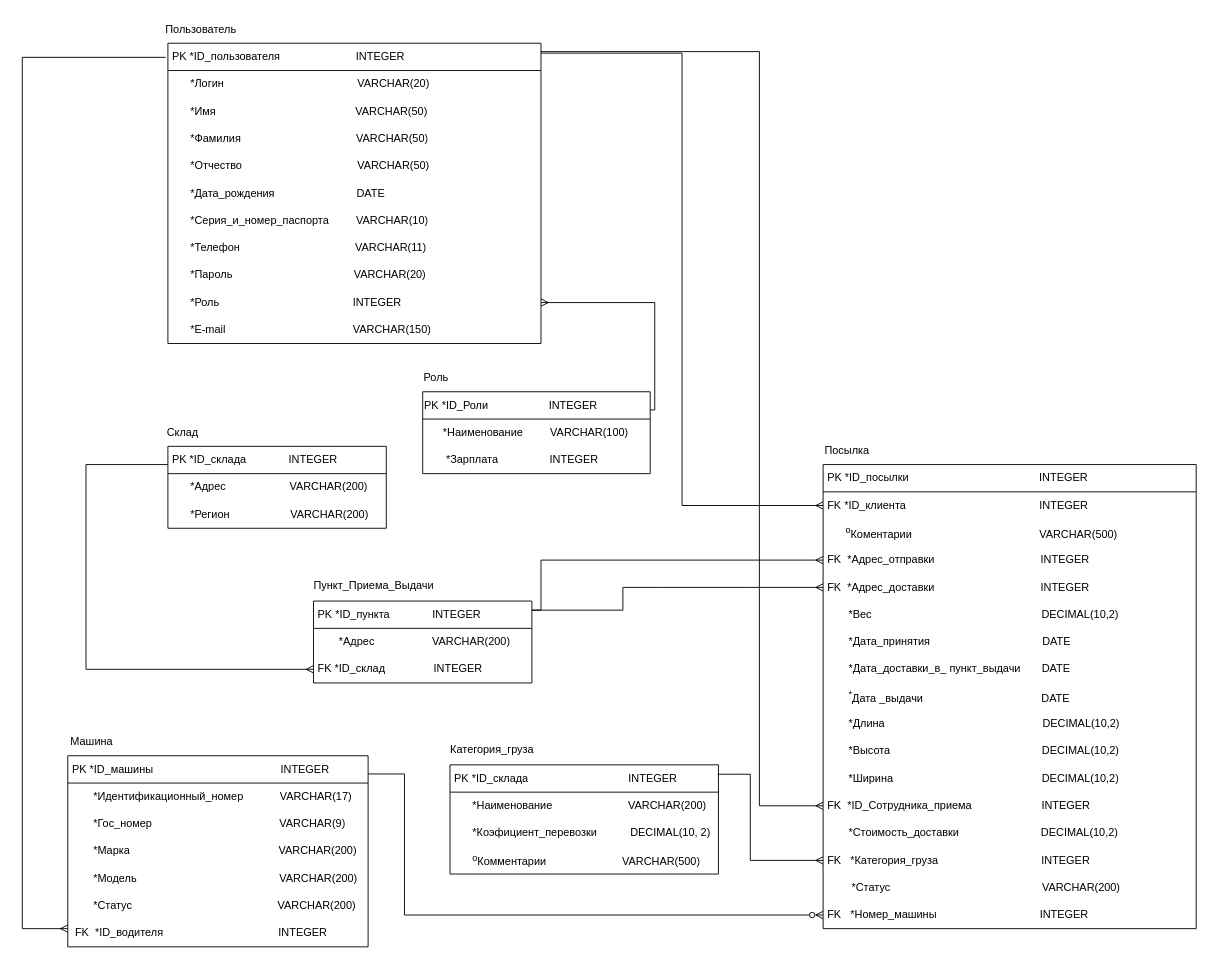
Hromt4ik/kursachHromtsov keeps this draw.io diagram as 4.drawio. Above is the earlier version. Source tidied: cells renumbered, new cells numbered last; positions are measured from the earlier drawing's top-left corner, leaving out a move shared by most shapes. Both pictures are drawn from the tidied source at 91%, with x=0, y=0 at pixel (22, 15).
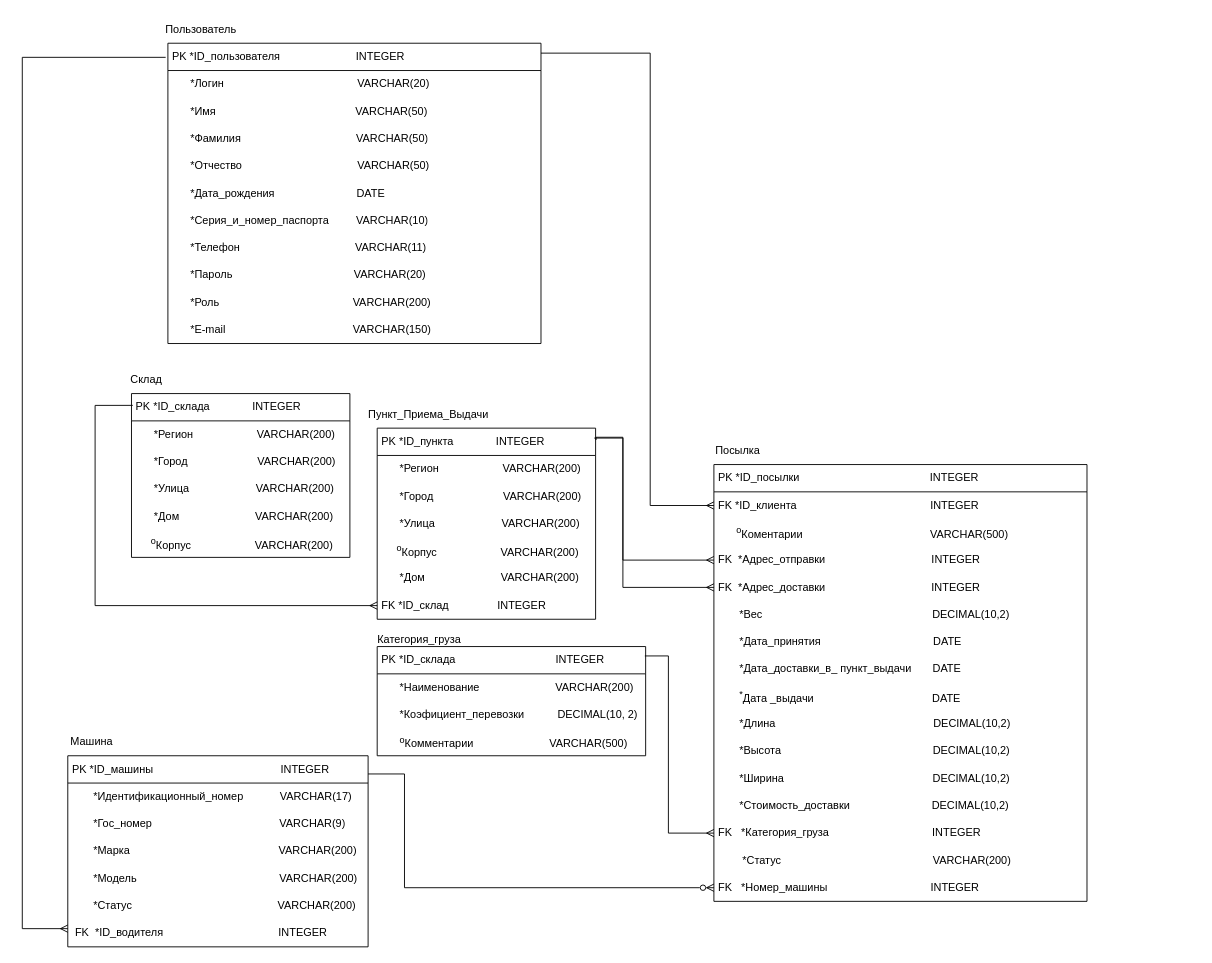
After the change.

Unchanged cells that the change refers to:
```xml
<mxCell id="2" value="PK *ID_пользователя&amp;nbsp; &amp;nbsp; &amp;nbsp; &amp;nbsp; &amp;nbsp; &amp;nbsp; &amp;nbsp; &amp;nbsp; &amp;nbsp; &amp;nbsp; &amp;nbsp; &amp;nbsp; &amp;nbsp;INTEGER" style="swimlane;fontStyle=0;horizontal=1;startSize=30;whiteSpace=wrap;html=1;align=left;spacingLeft=3;" parent="1" vertex="1">
  <mxGeometry x="160" y="30" width="410" height="330" as="geometry" />
</mxCell>
<mxCell id="15" value="FK&amp;nbsp;*ID_клиента&amp;nbsp; &amp;nbsp; &amp;nbsp; &amp;nbsp; &amp;nbsp; &amp;nbsp; &amp;nbsp; &amp;nbsp; &amp;nbsp; &amp;nbsp; &amp;nbsp; &amp;nbsp; &amp;nbsp; &amp;nbsp; &amp;nbsp; &amp;nbsp; &amp;nbsp; &amp;nbsp; &amp;nbsp; &amp;nbsp; &amp;nbsp; &amp;nbsp; INTEGER" style="text;strokeColor=none;fillColor=none;align=left;verticalAlign=middle;spacingLeft=3;spacingRight=4;overflow=hidden;points=[[0,0.5],[1,0.5]];portConstraint=eastwest;whiteSpace=wrap;html=1;" parent="14" vertex="1">
  <mxGeometry y="30" width="410" height="30" as="geometry" />
</mxCell>
<mxCell id="17" value="FK&amp;nbsp; *Адрес_отправки&amp;nbsp; &amp;nbsp; &amp;nbsp; &amp;nbsp; &amp;nbsp; &amp;nbsp; &amp;nbsp; &amp;nbsp; &amp;nbsp; &amp;nbsp; &amp;nbsp; &amp;nbsp; &amp;nbsp; &amp;nbsp; &amp;nbsp; &amp;nbsp; &amp;nbsp; &amp;nbsp;INTEGER" style="text;strokeColor=none;fillColor=none;align=left;verticalAlign=middle;spacingLeft=3;spacingRight=4;overflow=hidden;points=[[0,0.5],[1,0.5]];portConstraint=eastwest;whiteSpace=wrap;html=1;" parent="14" vertex="1">
  <mxGeometry y="90" width="410" height="30" as="geometry" />
</mxCell>
<mxCell id="18" value="FK&amp;nbsp; *Адрес_доставки&amp;nbsp; &amp;nbsp; &amp;nbsp; &amp;nbsp; &amp;nbsp; &amp;nbsp; &amp;nbsp; &amp;nbsp; &amp;nbsp; &amp;nbsp; &amp;nbsp; &amp;nbsp; &amp;nbsp; &amp;nbsp; &amp;nbsp; &amp;nbsp; &amp;nbsp; &amp;nbsp;INTEGER" style="text;strokeColor=none;fillColor=none;align=left;verticalAlign=middle;spacingLeft=3;spacingRight=4;overflow=hidden;points=[[0,0.5],[1,0.5]];portConstraint=eastwest;whiteSpace=wrap;html=1;" parent="14" vertex="1">
  <mxGeometry y="120" width="410" height="30" as="geometry" />
</mxCell>
```

What changed in the source:
```diff
@@
-    <mxCell id="11" value="&amp;nbsp; &amp;nbsp; &amp;nbsp; *Роль&amp;nbsp; &amp;nbsp; &amp;nbsp; &amp;nbsp; &amp;nbsp; &amp;nbsp; &amp;nbsp; &amp;nbsp; &amp;nbsp; &amp;nbsp; &amp;nbsp; &amp;nbsp; &amp;nbsp; &amp;nbsp; &amp;nbsp; &amp;nbsp; &amp;nbsp; &amp;nbsp; &amp;nbsp; &amp;nbsp; &amp;nbsp; &amp;nbsp; INTEGER" style="text;strokeColor=none;fillColor=none;align=left;verticalAlign=middle;spacingLeft=3;spacingRight=4;overflow=hidden;points=[[0,0.5],[1,0.5]];portConstraint=eastwest;whiteSpace=wrap;html=1;" parent="2" vertex="1">
+    <mxCell id="11" value="&amp;nbsp; &amp;nbsp; &amp;nbsp; *Роль&amp;nbsp; &amp;nbsp; &amp;nbsp; &amp;nbsp; &amp;nbsp; &amp;nbsp; &amp;nbsp; &amp;nbsp; &amp;nbsp; &amp;nbsp; &amp;nbsp; &amp;nbsp; &amp;nbsp; &amp;nbsp; &amp;nbsp; &amp;nbsp; &amp;nbsp; &amp;nbsp; &amp;nbsp; &amp;nbsp; &amp;nbsp; &amp;nbsp; VARCHAR(200)" style="text;strokeColor=none;fillColor=none;align=left;verticalAlign=middle;spacingLeft=3;spacingRight=4;overflow=hidden;points=[[0,0.5],[1,0.5]];portConstraint=eastwest;whiteSpace=wrap;html=1;" parent="2" vertex="1">
       <mxGeometry y="270" width="410" height="30" as="geometry" />
     </mxCell>
@@
     <mxCell id="14" value="PK *ID_посылки&amp;nbsp; &amp;nbsp; &amp;nbsp; &amp;nbsp; &amp;nbsp; &amp;nbsp; &amp;nbsp; &amp;nbsp; &amp;nbsp; &amp;nbsp; &amp;nbsp; &amp;nbsp; &amp;nbsp; &amp;nbsp; &amp;nbsp; &amp;nbsp; &amp;nbsp; &amp;nbsp; &amp;nbsp; &amp;nbsp; &amp;nbsp; &amp;nbsp;INTEGER" style="swimlane;fontStyle=0;horizontal=1;startSize=30;whiteSpace=wrap;html=1;align=left;spacingLeft=3;" parent="1" vertex="1">
-      <mxGeometry x="880" y="493" width="410" height="510" as="geometry" />
+      <mxGeometry x="760" y="493" width="410" height="480" as="geometry" />
     </mxCell>
@@
-    <mxCell id="26" value="FK&amp;nbsp; *ID_Сотрудника_приема&amp;nbsp; &amp;nbsp; &amp;nbsp; &amp;nbsp; &amp;nbsp; &amp;nbsp; &amp;nbsp; &amp;nbsp; &amp;nbsp; &amp;nbsp; &amp;nbsp; &amp;nbsp;INTEGER" style="text;strokeColor=none;fillColor=none;align=left;verticalAlign=middle;spacingLeft=3;spacingRight=4;overflow=hidden;points=[[0,0.5],[1,0.5]];portConstraint=eastwest;whiteSpace=wrap;html=1;" parent="14" vertex="1">
-      <mxGeometry y="360" width="410" height="30" as="geometry" />
-    </mxCell>
     <mxCell id="27" value="&amp;nbsp; &amp;nbsp; &amp;nbsp; &amp;nbsp;*Стоимость_доставки&amp;nbsp; &amp;nbsp; &amp;nbsp; &amp;nbsp; &amp;nbsp; &amp;nbsp; &amp;nbsp; &amp;nbsp; &amp;nbsp; &amp;nbsp; &amp;nbsp; &amp;nbsp; &amp;nbsp; &amp;nbsp;DECIMAL(10,2)" style="text;strokeColor=none;fillColor=none;align=left;verticalAlign=middle;spacingLeft=3;spacingRight=4;overflow=hidden;whiteSpace=wrap;html=1;" parent="14" vertex="1">
-      <mxGeometry y="390" width="410" height="30" as="geometry" />
+      <mxGeometry y="360" width="410" height="30" as="geometry" />
     </mxCell>
     <mxCell id="28" value="FK&amp;nbsp; &amp;nbsp;*Категория_груза&amp;nbsp; &amp;nbsp; &amp;nbsp; &amp;nbsp; &amp;nbsp; &amp;nbsp; &amp;nbsp; &amp;nbsp; &amp;nbsp; &amp;nbsp; &amp;nbsp; &amp;nbsp; &amp;nbsp; &amp;nbsp; &amp;nbsp; &amp;nbsp; &amp;nbsp; INTEGER" style="text;strokeColor=none;fillColor=none;align=left;verticalAlign=middle;spacingLeft=3;spacingRight=4;overflow=hidden;points=[[0,0.5],[1,0.5]];portConstraint=eastwest;whiteSpace=wrap;html=1;" parent="14" vertex="1">
-      <mxGeometry y="420" width="410" height="30" as="geometry" />
+      <mxGeometry y="390" width="410" height="30" as="geometry" />
     </mxCell>
     <mxCell id="29" value="&amp;nbsp; &amp;nbsp; &amp;nbsp; &amp;nbsp; *Статус&amp;nbsp; &amp;nbsp; &amp;nbsp; &amp;nbsp; &amp;nbsp; &amp;nbsp; &amp;nbsp; &amp;nbsp; &amp;nbsp; &amp;nbsp; &amp;nbsp; &amp;nbsp; &amp;nbsp; &amp;nbsp; &amp;nbsp; &amp;nbsp; &amp;nbsp; &amp;nbsp; &amp;nbsp; &amp;nbsp; &amp;nbsp; &amp;nbsp; &amp;nbsp; &amp;nbsp; &amp;nbsp; VARCHAR(200)" style="text;strokeColor=none;fillColor=none;align=left;verticalAlign=middle;spacingLeft=3;spacingRight=4;overflow=hidden;whiteSpace=wrap;html=1;" parent="14" vertex="1">
-      <mxGeometry y="450" width="410" height="30" as="geometry" />
+      <mxGeometry y="420" width="410" height="30" as="geometry" />
     </mxCell>
     <mxCell id="30" value="FK&amp;nbsp; &amp;nbsp;*Номер_машины&amp;nbsp; &amp;nbsp; &amp;nbsp; &amp;nbsp; &amp;nbsp; &amp;nbsp; &amp;nbsp; &amp;nbsp; &amp;nbsp; &amp;nbsp; &amp;nbsp; &amp;nbsp; &amp;nbsp; &amp;nbsp; &amp;nbsp; &amp;nbsp; &amp;nbsp; INTEGER" style="text;strokeColor=none;fillColor=none;align=left;verticalAlign=middle;spacingLeft=3;spacingRight=4;overflow=hidden;points=[[0,0.5],[1,0.5]];portConstraint=eastwest;whiteSpace=wrap;html=1;" parent="14" vertex="1">
-      <mxGeometry y="480" width="410" height="30" as="geometry" />
+      <mxGeometry y="450" width="410" height="30" as="geometry" />
     </mxCell>
     <mxCell id="31" value="Посылка" style="text;html=1;strokeColor=none;fillColor=none;align=center;verticalAlign=middle;whiteSpace=wrap;rounded=0;spacingLeft=3;" parent="1" vertex="1">
-      <mxGeometry x="870" y="463" width="70" height="30" as="geometry" />
+      <mxGeometry x="750" y="463" width="70" height="30" as="geometry" />
     </mxCell>
     <mxCell id="32" value="PK *ID_склада&amp;nbsp; &amp;nbsp; &amp;nbsp; &amp;nbsp; &amp;nbsp; &amp;nbsp; &amp;nbsp; INTEGER" style="swimlane;fontStyle=0;horizontal=1;startSize=30;whiteSpace=wrap;html=1;align=left;spacingLeft=3;" parent="1" vertex="1">
-      <mxGeometry x="160" y="473" width="240" height="90" as="geometry" />
+      <mxGeometry x="120" y="415" width="240" height="180" as="geometry" />
     </mxCell>
-    <mxCell id="33" value="&amp;nbsp; &amp;nbsp; &amp;nbsp; *Адрес&amp;nbsp; &amp;nbsp; &amp;nbsp; &amp;nbsp; &amp;nbsp; &amp;nbsp; &amp;nbsp; &amp;nbsp; &amp;nbsp; &amp;nbsp; &amp;nbsp;VARCHAR(200)" style="text;strokeColor=none;fillColor=none;align=left;verticalAlign=middle;spacingLeft=3;spacingRight=4;overflow=hidden;whiteSpace=wrap;html=1;" parent="32" vertex="1">
+    <mxCell id="33" value="&amp;nbsp; &amp;nbsp; &amp;nbsp; *Регион&amp;nbsp; &amp;nbsp; &amp;nbsp; &amp;nbsp; &amp;nbsp; &amp;nbsp; &amp;nbsp; &amp;nbsp; &amp;nbsp; &amp;nbsp; &amp;nbsp;VARCHAR(200)" style="text;strokeColor=none;fillColor=none;align=left;verticalAlign=middle;spacingLeft=3;spacingRight=4;overflow=hidden;whiteSpace=wrap;html=1;" parent="32" vertex="1">
       <mxGeometry y="30" width="240" height="30" as="geometry" />
     </mxCell>
-    <mxCell id="34" value="&amp;nbsp; &amp;nbsp; &amp;nbsp; *Регион&amp;nbsp; &amp;nbsp; &amp;nbsp; &amp;nbsp; &amp;nbsp; &amp;nbsp; &amp;nbsp; &amp;nbsp; &amp;nbsp; &amp;nbsp; VARCHAR(200)" style="text;strokeColor=none;fillColor=none;align=left;verticalAlign=middle;spacingLeft=3;spacingRight=4;overflow=hidden;whiteSpace=wrap;html=1;" parent="32" vertex="1">
+    <mxCell id="34" value="&amp;nbsp; &amp;nbsp; &amp;nbsp; *Город&amp;nbsp; &amp;nbsp; &amp;nbsp; &amp;nbsp; &amp;nbsp; &amp;nbsp; &amp;nbsp; &amp;nbsp; &amp;nbsp; &amp;nbsp; &amp;nbsp; &amp;nbsp;VARCHAR(200)" style="text;strokeColor=none;fillColor=none;align=left;verticalAlign=middle;spacingLeft=3;spacingRight=4;overflow=hidden;whiteSpace=wrap;html=1;" parent="32" vertex="1">
       <mxGeometry y="60" width="240" height="30" as="geometry" />
     </mxCell>
+    <mxCell id="66" value="&amp;nbsp; &amp;nbsp; &amp;nbsp; *Улица&amp;nbsp; &amp;nbsp; &amp;nbsp; &amp;nbsp; &amp;nbsp; &amp;nbsp; &amp;nbsp; &amp;nbsp; &amp;nbsp; &amp;nbsp; &amp;nbsp; VARCHAR(200)" style="text;strokeColor=none;fillColor=none;align=left;verticalAlign=middle;spacingLeft=3;spacingRight=4;overflow=hidden;whiteSpace=wrap;html=1;" parent="32" vertex="1">
+      <mxGeometry y="90" width="240" height="30" as="geometry" />
+    </mxCell>
+    <mxCell id="67" value="&amp;nbsp; &amp;nbsp; &amp;nbsp; *Дом&amp;nbsp; &amp;nbsp; &amp;nbsp; &amp;nbsp; &amp;nbsp; &amp;nbsp; &amp;nbsp; &amp;nbsp; &amp;nbsp; &amp;nbsp; &amp;nbsp; &amp;nbsp; &amp;nbsp;VARCHAR(200)" style="text;strokeColor=none;fillColor=none;align=left;verticalAlign=middle;spacingLeft=3;spacingRight=4;overflow=hidden;whiteSpace=wrap;html=1;" parent="32" vertex="1">
+      <mxGeometry y="120" width="240" height="30" as="geometry" />
+    </mxCell>
+    <mxCell id="68" value="&amp;nbsp; &amp;nbsp; &amp;nbsp;&lt;sup&gt;o&lt;/sup&gt;Корпус&amp;nbsp; &amp;nbsp; &amp;nbsp; &amp;nbsp; &amp;nbsp; &amp;nbsp; &amp;nbsp; &amp;nbsp; &amp;nbsp; &amp;nbsp; &amp;nbsp;VARCHAR(200)" style="text;strokeColor=none;fillColor=none;align=left;verticalAlign=middle;spacingLeft=3;spacingRight=4;overflow=hidden;whiteSpace=wrap;html=1;" parent="32" vertex="1">
+      <mxGeometry y="150" width="240" height="30" as="geometry" />
+    </mxCell>
     <mxCell id="35" value="Склад" style="text;html=1;strokeColor=none;fillColor=none;align=center;verticalAlign=middle;whiteSpace=wrap;rounded=0;spacingLeft=3;" parent="1" vertex="1">
-      <mxGeometry x="140" y="443" width="70" height="30" as="geometry" />
+      <mxGeometry x="100" y="385" width="70" height="30" as="geometry" />
     </mxCell>
     <mxCell id="36" value="PK *ID_склада&amp;nbsp; &amp;nbsp; &amp;nbsp; &amp;nbsp; &amp;nbsp; &amp;nbsp; &amp;nbsp; &amp;nbsp; &amp;nbsp; &amp;nbsp; &amp;nbsp; &amp;nbsp; &amp;nbsp; &amp;nbsp; &amp;nbsp; &amp;nbsp; &amp;nbsp;INTEGER" style="swimlane;fontStyle=0;horizontal=1;startSize=30;whiteSpace=wrap;html=1;align=left;spacingLeft=3;" parent="1" vertex="1">
-      <mxGeometry x="470" y="823" width="295" height="120" as="geometry" />
+      <mxGeometry x="390" y="693" width="295" height="120" as="geometry" />
     </mxCell>
@@
     <mxCell id="40" value="&lt;br style=&quot;border-color: var(--border-color);&quot;&gt;Категория_груза" style="text;html=1;strokeColor=none;fillColor=none;align=center;verticalAlign=middle;whiteSpace=wrap;rounded=0;spacingLeft=3;" parent="1" vertex="1">
-      <mxGeometry x="480" y="783" width="70" height="30" as="geometry" />
+      <mxGeometry x="400" y="663" width="70" height="30" as="geometry" />
     </mxCell>
     <mxCell id="41" value="PK *ID_пункта&amp;nbsp; &amp;nbsp; &amp;nbsp; &amp;nbsp; &amp;nbsp; &amp;nbsp; &amp;nbsp; INTEGER" style="swimlane;fontStyle=0;horizontal=1;startSize=30;whiteSpace=wrap;html=1;align=left;spacingLeft=3;" parent="1" vertex="1">
-      <mxGeometry x="320" y="643" width="240" height="90" as="geometry" />
+      <mxGeometry x="390" y="453" width="240" height="210" as="geometry" />
     </mxCell>
-    <mxCell id="42" value="&amp;nbsp; &amp;nbsp; &amp;nbsp; &amp;nbsp;*Адрес&amp;nbsp; &amp;nbsp; &amp;nbsp; &amp;nbsp; &amp;nbsp; &amp;nbsp; &amp;nbsp; &amp;nbsp; &amp;nbsp; &amp;nbsp;VARCHAR(200)" style="text;strokeColor=none;fillColor=none;align=left;verticalAlign=middle;spacingLeft=3;spacingRight=4;overflow=hidden;whiteSpace=wrap;html=1;" parent="41" vertex="1">
-      <mxGeometry y="30" width="240" height="30" as="geometry" />
-    </mxCell>
+    <mxCell id="69" value="&amp;nbsp; &amp;nbsp; &amp;nbsp; *Регион&amp;nbsp; &amp;nbsp; &amp;nbsp; &amp;nbsp; &amp;nbsp; &amp;nbsp; &amp;nbsp; &amp;nbsp; &amp;nbsp; &amp;nbsp; &amp;nbsp;VARCHAR(200)" style="text;strokeColor=none;fillColor=none;align=left;verticalAlign=middle;spacingLeft=3;spacingRight=4;overflow=hidden;whiteSpace=wrap;html=1;" parent="41" vertex="1">
+      <mxGeometry y="30" width="240" height="30" as="geometry" />
+    </mxCell>
+    <mxCell id="70" value="&amp;nbsp; &amp;nbsp; &amp;nbsp; *Город&amp;nbsp; &amp;nbsp; &amp;nbsp; &amp;nbsp; &amp;nbsp; &amp;nbsp; &amp;nbsp; &amp;nbsp; &amp;nbsp; &amp;nbsp; &amp;nbsp; &amp;nbsp;VARCHAR(200)" style="text;strokeColor=none;fillColor=none;align=left;verticalAlign=middle;spacingLeft=3;spacingRight=4;overflow=hidden;whiteSpace=wrap;html=1;" parent="41" vertex="1">
+      <mxGeometry y="60" width="240" height="30" as="geometry" />
+    </mxCell>
+    <mxCell id="71" value="&amp;nbsp; &amp;nbsp; &amp;nbsp; *Улица&amp;nbsp; &amp;nbsp; &amp;nbsp; &amp;nbsp; &amp;nbsp; &amp;nbsp; &amp;nbsp; &amp;nbsp; &amp;nbsp; &amp;nbsp; &amp;nbsp; VARCHAR(200)" style="text;strokeColor=none;fillColor=none;align=left;verticalAlign=middle;spacingLeft=3;spacingRight=4;overflow=hidden;whiteSpace=wrap;html=1;" parent="41" vertex="1">
+      <mxGeometry y="90" width="240" height="30" as="geometry" />
+    </mxCell>
+    <mxCell id="72" value="&amp;nbsp; &amp;nbsp; &amp;nbsp;&lt;sup&gt;o&lt;/sup&gt;Корпус&amp;nbsp; &amp;nbsp; &amp;nbsp; &amp;nbsp; &amp;nbsp; &amp;nbsp; &amp;nbsp; &amp;nbsp; &amp;nbsp; &amp;nbsp; &amp;nbsp;VARCHAR(200)" style="text;strokeColor=none;fillColor=none;align=left;verticalAlign=middle;spacingLeft=3;spacingRight=4;overflow=hidden;whiteSpace=wrap;html=1;" parent="41" vertex="1">
+      <mxGeometry y="120" width="240" height="30" as="geometry" />
+    </mxCell>
+    <mxCell id="73" value="&amp;nbsp; &amp;nbsp; &amp;nbsp; *Дом&amp;nbsp; &amp;nbsp; &amp;nbsp; &amp;nbsp; &amp;nbsp; &amp;nbsp; &amp;nbsp; &amp;nbsp; &amp;nbsp; &amp;nbsp; &amp;nbsp; &amp;nbsp; &amp;nbsp;VARCHAR(200)" style="text;strokeColor=none;fillColor=none;align=left;verticalAlign=middle;spacingLeft=3;spacingRight=4;overflow=hidden;whiteSpace=wrap;html=1;" parent="41" vertex="1">
+      <mxGeometry y="150" width="240" height="30" as="geometry" />
+    </mxCell>
     <mxCell id="43" value="FK *ID_склад&amp;nbsp; &amp;nbsp; &amp;nbsp; &amp;nbsp; &amp;nbsp; &amp;nbsp; &amp;nbsp; &amp;nbsp; INTEGER" style="text;strokeColor=none;fillColor=none;align=left;verticalAlign=middle;spacingLeft=3;spacingRight=4;overflow=hidden;points=[[0,0.5],[1,0.5]];portConstraint=eastwest;whiteSpace=wrap;html=1;" parent="41" vertex="1">
-      <mxGeometry y="60" width="240" height="30" as="geometry" />
+      <mxGeometry y="180" width="240" height="30" as="geometry" />
     </mxCell>
     <mxCell id="44" value="&lt;br style=&quot;border-color: var(--border-color);&quot;&gt;Пункт_Приема_Выдачи" style="text;html=1;strokeColor=none;fillColor=none;align=center;verticalAlign=middle;whiteSpace=wrap;rounded=0;spacingLeft=3;" parent="1" vertex="1">
-      <mxGeometry x="350" y="603" width="70" height="30" as="geometry" />
+      <mxGeometry x="410" y="415" width="70" height="30" as="geometry" />
     </mxCell>
@@
-    <mxCell id="54" style="endArrow=ERmany;html=1;rounded=0;entryX=0;entryY=0.5;entryDx=0;entryDy=0;endFill=0;" parent="1" edge="1" target="43">
+    <mxCell id="54" style="endArrow=ERmany;html=1;rounded=0;entryX=0;entryY=0.5;entryDx=0;entryDy=0;endFill=0;exitX=0.006;exitY=0.072;exitDx=0;exitDy=0;exitPerimeter=0;edgeStyle=orthogonalEdgeStyle;" parent="1" edge="1" source="32" target="43">
       <mxGeometry relative="1" as="geometry">
-        <mxPoint x="160" y="493" as="sourcePoint" />
         <Array as="points">
-          <mxPoint x="70" y="493" />
-          <mxPoint x="70" y="603" />
-          <mxPoint x="70" y="693" />
-          <mxPoint x="70" y="718" />
+          <mxPoint x="80" y="428" />
+          <mxPoint x="80" y="648" />
         </Array>
       </mxGeometry>
     </mxCell>
     <mxCell id="55" style="endArrow=ERmany;html=1;rounded=0;entryX=0;entryY=0.5;entryDx=0;entryDy=0;endFill=0;exitX=1;exitY=0.033;exitDx=0;exitDy=0;exitPerimeter=0;edgeStyle=orthogonalEdgeStyle;" parent="1" edge="1" source="2" target="15">
-      <mxGeometry relative="1" as="geometry" />
+      <mxGeometry relative="1" as="geometry">
+        <Array as="points">
+          <mxPoint x="690" y="41" />
+          <mxPoint x="690" y="538" />
+        </Array>
+      </mxGeometry>
     </mxCell>
-    <mxCell id="56" style="endArrow=ERmany;html=1;entryX=0;entryY=0.5;entryDx=0;entryDy=0;endFill=0;rounded=0;exitX=0.999;exitY=0.028;exitDx=0;exitDy=0;exitPerimeter=0;edgeStyle=orthogonalEdgeStyle;" parent="1" edge="1" source="2" target="26">
-      <mxGeometry relative="1" as="geometry">
-        <Array as="points">
-          <mxPoint x="810" y="39" />
-          <mxPoint x="810" y="868" />
-        </Array>
-      </mxGeometry>
-    </mxCell>
     <mxCell id="57" style="endArrow=ERzeroToMany;html=1;rounded=0;entryX=0;entryY=0.5;entryDx=0;entryDy=0;endFill=0;edgeStyle=orthogonalEdgeStyle;" parent="1" edge="1" target="30">
       <mxGeometry relative="1" as="geometry">
         <mxPoint x="380" y="833" as="sourcePoint" />
         <Array as="points">
           <mxPoint x="420" y="833" />
-          <mxPoint x="420" y="988" />
+          <mxPoint x="420" y="958" />
         </Array>
       </mxGeometry>
     </mxCell>
     <mxCell id="58" style="endArrow=ERmany;html=1;rounded=0;entryX=0;entryY=0.5;entryDx=0;entryDy=0;endFill=0;exitX=0.997;exitY=0.086;exitDx=0;exitDy=0;exitPerimeter=0;edgeStyle=orthogonalEdgeStyle;" parent="1" edge="1" source="36" target="28">
       <mxGeometry relative="1" as="geometry">
         <Array as="points">
-          <mxPoint x="800" y="833" />
-          <mxPoint x="800" y="928" />
+          <mxPoint x="710" y="703" />
+          <mxPoint x="710" y="898" />
         </Array>
       </mxGeometry>
     </mxCell>
-    <mxCell id="59" style="endArrow=ERmany;html=1;rounded=0;entryX=0;entryY=0.5;entryDx=0;entryDy=0;endFill=0;exitX=0.997;exitY=0.086;exitDx=0;exitDy=0;exitPerimeter=0;" parent="1" edge="1" target="17">
+    <mxCell id="59" style="endArrow=ERmany;html=1;rounded=0;entryX=0;entryY=0.5;entryDx=0;entryDy=0;endFill=0;edgeStyle=orthogonalEdgeStyle;exitX=1.002;exitY=0.062;exitDx=0;exitDy=0;exitPerimeter=0;" parent="1" edge="1" source="41" target="17">
       <mxGeometry relative="1" as="geometry">
-        <mxPoint x="560" y="653" as="sourcePoint" />
         <Array as="points">
-          <mxPoint x="570" y="653" />
-          <mxPoint x="570" y="643" />
-          <mxPoint x="570" y="633" />
-          <mxPoint x="570" y="598" />
+          <mxPoint x="631" y="463" />
+          <mxPoint x="660" y="463" />
+          <mxPoint x="660" y="598" />
         </Array>
       </mxGeometry>
     </mxCell>
-    <mxCell id="60" style="endArrow=ERmany;html=1;rounded=0;entryX=0;entryY=0.5;entryDx=0;entryDy=0;endFill=0;" parent="1" edge="1" target="18">
+    <mxCell id="60" style="endArrow=ERmany;html=1;rounded=0;entryX=0;entryY=0.5;entryDx=0;entryDy=0;endFill=0;exitX=0.994;exitY=0.052;exitDx=0;exitDy=0;exitPerimeter=0;edgeStyle=orthogonalEdgeStyle;" parent="1" edge="1" source="41" target="18">
       <mxGeometry relative="1" as="geometry">
-        <mxPoint x="560" y="653" as="sourcePoint" />
         <Array as="points">
-          <mxPoint x="660" y="653" />
+          <mxPoint x="660" y="464" />
           <mxPoint x="660" y="628" />
-          <mxPoint x="700" y="628" />
-          <mxPoint x="800" y="628" />
         </Array>
       </mxGeometry>
     </mxCell>
-    <mxCell id="61" value="PK *ID_Роли&amp;nbsp; &amp;nbsp; &amp;nbsp; &amp;nbsp; &amp;nbsp; &amp;nbsp; &amp;nbsp; &amp;nbsp; &amp;nbsp; &amp;nbsp; INTEGER" style="swimlane;fontStyle=0;horizontal=1;startSize=30;whiteSpace=wrap;html=1;align=left;" parent="1" vertex="1">
-      <mxGeometry x="440" y="413" width="250" height="90" as="geometry" />
-    </mxCell>
-    <mxCell id="62" value="&amp;nbsp; &amp;nbsp; &amp;nbsp;*Наименование&amp;nbsp; &amp;nbsp; &amp;nbsp; &amp;nbsp; &amp;nbsp;VARCHAR(100)" style="text;strokeColor=none;fillColor=none;align=left;verticalAlign=middle;spacingLeft=4;spacingRight=4;overflow=hidden;whiteSpace=wrap;html=1;" parent="61" vertex="1">
-      <mxGeometry y="30" width="250" height="30" as="geometry" />
-    </mxCell>
-    <mxCell id="63" value="&amp;nbsp; &amp;nbsp; &amp;nbsp; *Зарплата&amp;nbsp; &amp;nbsp; &amp;nbsp; &amp;nbsp; &amp;nbsp; &amp;nbsp; &amp;nbsp; &amp;nbsp; &amp;nbsp;INTEGER" style="text;strokeColor=none;fillColor=none;align=left;verticalAlign=middle;spacingLeft=4;spacingRight=4;overflow=hidden;whiteSpace=wrap;html=1;" parent="61" vertex="1">
-      <mxGeometry y="60" width="250" height="30" as="geometry" />
-    </mxCell>
-    <mxCell id="64" value="Роль" style="text;html=1;strokeColor=none;fillColor=none;align=center;verticalAlign=middle;whiteSpace=wrap;rounded=0;" parent="1" vertex="1">
-      <mxGeometry x="420" y="383" width="70" height="30" as="geometry" />
-    </mxCell>
-    <mxCell id="65" style="endArrow=ERmany;html=1;rounded=0;endFill=0;edgeStyle=orthogonalEdgeStyle;" parent="1" edge="1" source="61" target="11">
-      <mxGeometry relative="1" as="geometry">
-        <Array as="points">
-          <mxPoint x="695" y="433" />
-          <mxPoint x="695" y="315" />
-        </Array>
-      </mxGeometry>
-    </mxCell>
```
